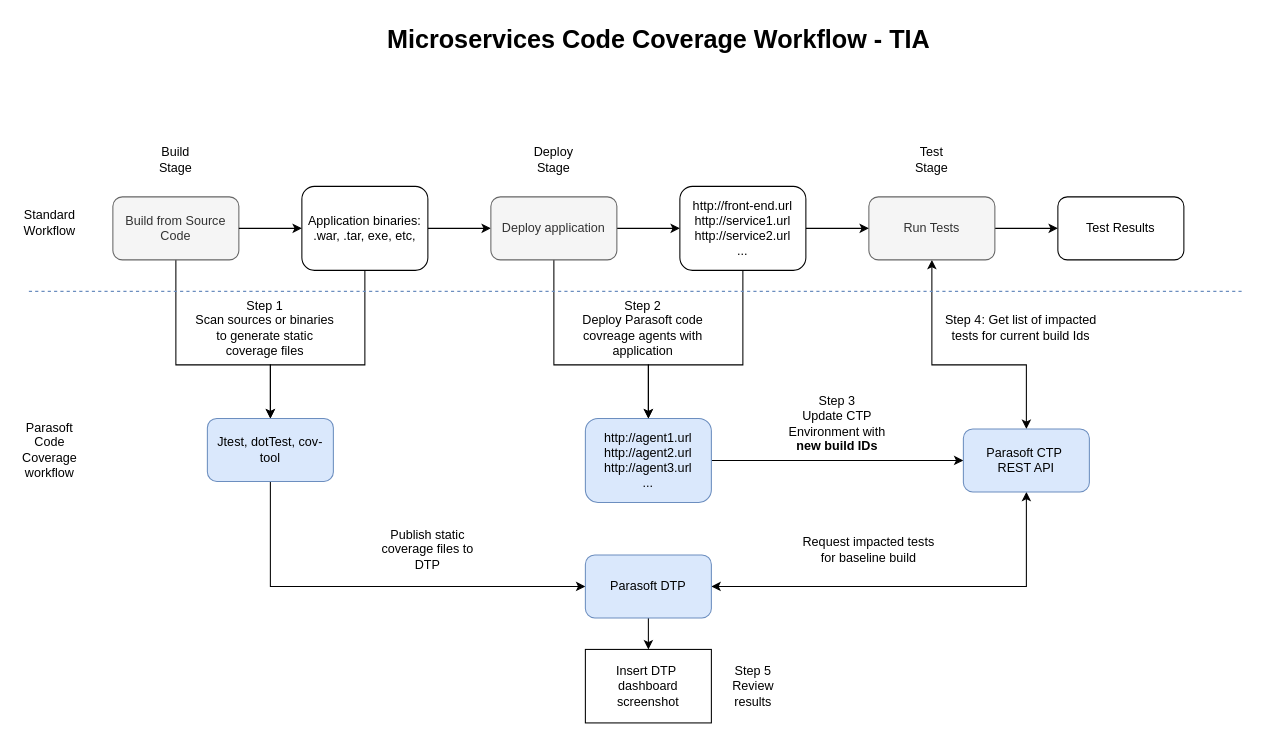
The draw.io diagram CCMS-generic-tia.drawio in gtrofimov/draw-io-projects, before the edit. Source tidied: cells renumbered, new cells numbered last; positions are measured from the earlier drawing's top-left corner, leaving out a move shared by most shapes. Both pictures are drawn from the tidied source at 105%, with x=0, y=0 at pixel (18, 18).
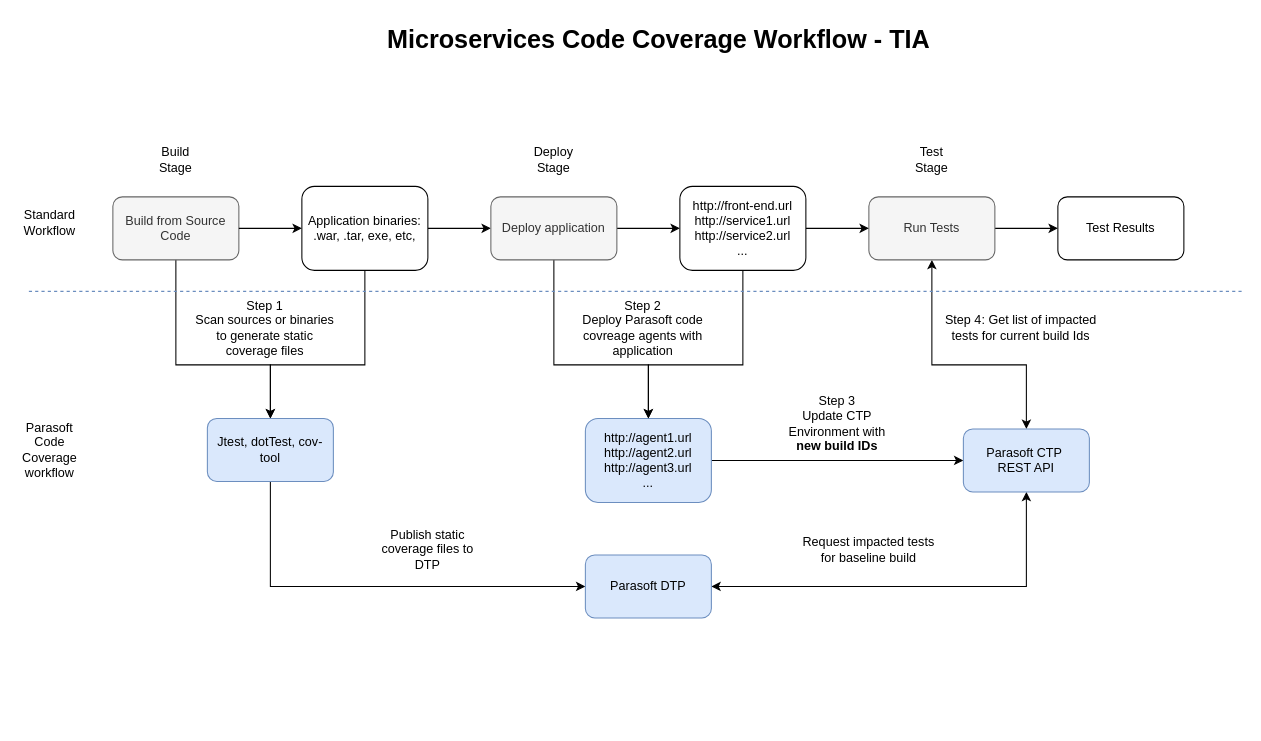
The same diagram, later.

The change refers to these unchanged cells:
```xml
<mxCell id="23" value="Parasoft DTP" style="rounded=1;whiteSpace=wrap;html=1;fillColor=#dae8fc;strokeColor=#6c8ebf;" parent="1" vertex="1">
  <mxGeometry x="540" y="511" width="120" height="60" as="geometry" />
</mxCell>
```

Diff of the diagram source:
```diff
@@
-    <mxCell id="22" style="edgeStyle=orthogonalEdgeStyle;rounded=0;jettySize=auto;html=1;entryX=0.5;entryY=0;entryDx=0;entryDy=0;" parent="1" edge="1" source="23" target="37">
-      <mxGeometry relative="1" as="geometry" />
-    </mxCell>
@@
-    <mxCell id="37" value="Insert DTP&amp;nbsp;&lt;div&gt;dashboard&lt;div&gt;screenshot&lt;/div&gt;&lt;/div&gt;" style="rounded=0;whiteSpace=wrap;html=1;" parent="1" vertex="1">
-      <mxGeometry x="540" y="601" width="120" height="70" as="geometry" />
-    </mxCell>
-    <mxCell id="38" value="Step 5 Review results" style="text;html=1;align=center;verticalAlign=middle;whiteSpace=wrap;rounded=0;" parent="1" vertex="1">
-      <mxGeometry x="670" y="621" width="60" height="30" as="geometry" />
-    </mxCell>
```
